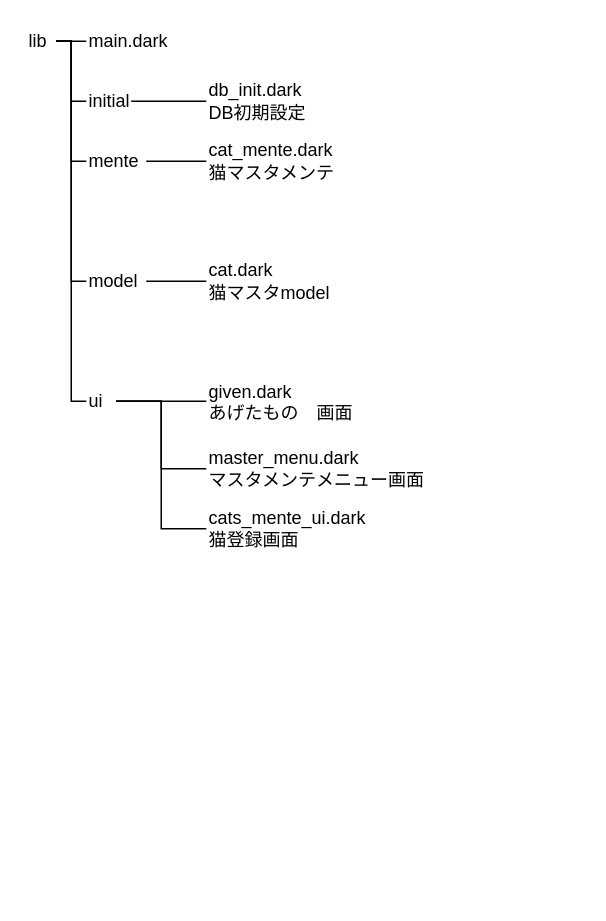
The draw.io diagram page "フォルダ構成" (9 of 10) of allabout.drawio in apricotcomic/nekocan, before the edit. Source tidied: cells renumbered, new cells numbered last; positions are measured from the earlier drawing's top-left corner, leaving out a move shared by most shapes. Both pictures are drawn from the tidied source at 150%, with x=0, y=0 at pixel (26, 26).
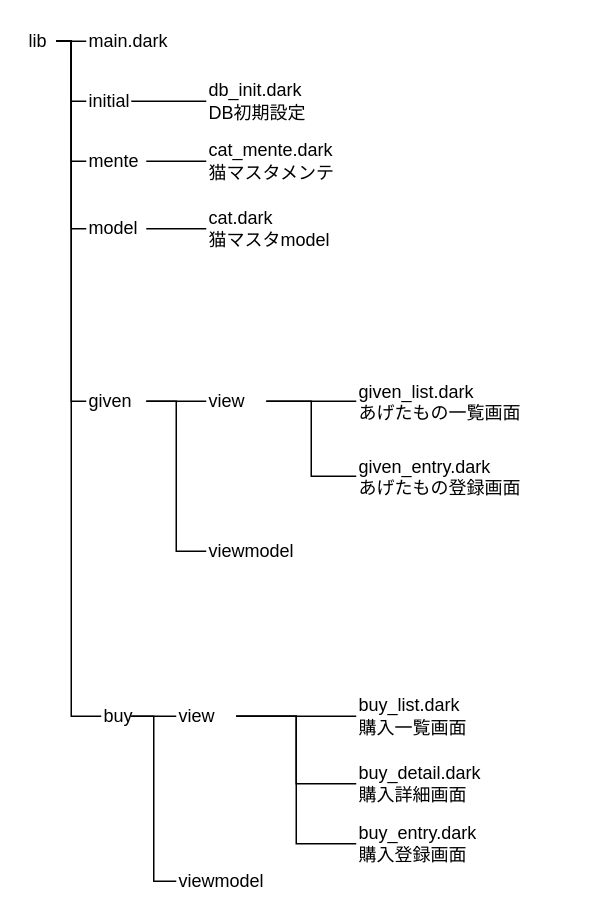
Above is the later version.

The change refers to these unchanged cells:
```xml
<mxCell id="7" value="lib" style="text;html=1;strokeColor=none;fillColor=none;align=left;verticalAlign=middle;whiteSpace=wrap;rounded=0;" parent="1" vertex="1">
  <mxGeometry width="20" height="20" as="geometry" />
</mxCell>
```

Change to the diagram source:
```diff
@@
     <mxCell id="4" style="edgeStyle=orthogonalEdgeStyle;rounded=0;html=1;exitX=1;exitY=0.5;exitDx=0;exitDy=0;entryX=0;entryY=0.5;entryDx=0;entryDy=0;endArrow=none;endFill=0;" parent="1" edge="1" source="7" target="17">
       <mxGeometry relative="1" as="geometry">
         <Array as="points">
           <mxPoint x="30" y="10" />
-          <mxPoint x="30" y="250" />
+          <mxPoint x="30" y="460" />
         </Array>
       </mxGeometry>
     </mxCell>
@@
+    <mxCell id="25" style="edgeStyle=orthogonalEdgeStyle;html=1;exitX=1;exitY=0.5;exitDx=0;exitDy=0;entryX=0;entryY=0.5;entryDx=0;entryDy=0;rounded=0;endArrow=none;endFill=0;" parent="1" edge="1" source="7" target="30">
+      <mxGeometry relative="1" as="geometry" />
+    </mxCell>
@@
-    <mxCell id="14" style="edgeStyle=orthogonalEdgeStyle;rounded=0;html=1;exitX=1;exitY=0.5;exitDx=0;exitDy=0;entryX=0;entryY=0.5;entryDx=0;entryDy=0;endArrow=none;endFill=0;" parent="1" edge="1" source="17" target="18">
-      <mxGeometry relative="1" as="geometry" />
-    </mxCell>
-    <mxCell id="15" style="edgeStyle=orthogonalEdgeStyle;rounded=0;html=1;exitX=1;exitY=0.5;exitDx=0;exitDy=0;entryX=0;entryY=0.5;entryDx=0;entryDy=0;endArrow=none;endFill=0;" parent="1" edge="1" source="17" target="19">
+    <mxCell id="15" style="edgeStyle=orthogonalEdgeStyle;rounded=0;html=1;exitX=1;exitY=0.5;exitDx=0;exitDy=0;entryX=0;entryY=0.5;entryDx=0;entryDy=0;endArrow=none;endFill=0;" parent="1" edge="1" source="37" target="19">
       <mxGeometry relative="1" as="geometry" />
     </mxCell>
-    <mxCell id="16" style="edgeStyle=orthogonalEdgeStyle;rounded=0;html=1;exitX=1;exitY=0.5;exitDx=0;exitDy=0;entryX=0;entryY=0.5;entryDx=0;entryDy=0;endArrow=none;endFill=0;" parent="1" edge="1" source="17" target="24">
+    <mxCell id="16" style="edgeStyle=orthogonalEdgeStyle;rounded=0;html=1;exitX=1;exitY=0.5;exitDx=0;exitDy=0;entryX=0;entryY=0.5;entryDx=0;entryDy=0;endArrow=none;endFill=0;" parent="1" edge="1" source="37" target="24">
       <mxGeometry relative="1" as="geometry" />
     </mxCell>
+    <mxCell id="26" style="edgeStyle=orthogonalEdgeStyle;rounded=0;html=1;exitX=1;exitY=0.5;exitDx=0;exitDy=0;entryX=0;entryY=0.5;entryDx=0;entryDy=0;endArrow=none;endFill=0;" parent="1" edge="1" source="17" target="37">
+      <mxGeometry relative="1" as="geometry" />
+    </mxCell>
+    <mxCell id="27" style="edgeStyle=orthogonalEdgeStyle;rounded=0;html=1;exitX=1;exitY=0.5;exitDx=0;exitDy=0;entryX=0;entryY=0.5;entryDx=0;entryDy=0;endArrow=none;endFill=0;" parent="1" edge="1" source="17" target="39">
+      <mxGeometry relative="1" as="geometry" />
+    </mxCell>
-    <mxCell id="17" value="ui" style="text;html=1;strokeColor=none;fillColor=none;align=left;verticalAlign=middle;whiteSpace=wrap;rounded=0;" parent="1" vertex="1">
-      <mxGeometry x="40" y="240" width="20" height="20" as="geometry" />
+    <mxCell id="17" value="buy" style="text;html=1;strokeColor=none;fillColor=none;align=left;verticalAlign=middle;whiteSpace=wrap;rounded=0;" parent="1" vertex="1">
+      <mxGeometry x="50" y="450" width="20" height="20" as="geometry" />
     </mxCell>
-    <mxCell id="18" value="given.dark&lt;br&gt;あげたもの　画面" style="text;html=1;strokeColor=none;fillColor=none;align=left;verticalAlign=top;whiteSpace=wrap;rounded=0;" parent="1" vertex="1">
-      <mxGeometry x="120" y="230" width="110" height="40" as="geometry" />
+    <mxCell id="18" value="given_list.dark&lt;br&gt;あげたもの一覧画面" style="text;html=1;strokeColor=none;fillColor=none;align=left;verticalAlign=top;whiteSpace=wrap;rounded=0;" parent="1" vertex="1">
+      <mxGeometry x="220" y="230" width="120" height="40" as="geometry" />
     </mxCell>
-    <mxCell id="19" value="master_menu.dark&lt;br&gt;マスタメンテメニュー画面" style="text;html=1;strokeColor=none;fillColor=none;align=left;verticalAlign=middle;whiteSpace=wrap;rounded=0;" parent="1" vertex="1">
-      <mxGeometry x="120" y="280" width="150" height="30" as="geometry" />
+    <mxCell id="19" value="buy_list.dark&lt;br&gt;購入一覧画面" style="text;html=1;strokeColor=none;fillColor=none;align=left;verticalAlign=middle;whiteSpace=wrap;rounded=0;" parent="1" vertex="1">
+      <mxGeometry x="220" y="445" width="150" height="30" as="geometry" />
     </mxCell>
@@
     <mxCell id="22" value="model" style="text;html=1;strokeColor=none;fillColor=none;align=left;verticalAlign=middle;whiteSpace=wrap;rounded=0;" parent="1" vertex="1">
-      <mxGeometry x="40" y="160" width="40" height="20" as="geometry" />
+      <mxGeometry x="40" y="125" width="40" height="20" as="geometry" />
     </mxCell>
     <mxCell id="23" value="cat.dark&lt;br&gt;猫マスタmodel" style="text;html=1;strokeColor=none;fillColor=none;align=left;verticalAlign=middle;whiteSpace=wrap;rounded=0;" parent="1" vertex="1">
-      <mxGeometry x="120" y="155" width="100" height="30" as="geometry" />
+      <mxGeometry x="120" y="120" width="100" height="30" as="geometry" />
     </mxCell>
-    <mxCell id="24" value="cats_mente_ui.dark&lt;br&gt;猫登録画面" style="text;html=1;strokeColor=none;fillColor=none;align=left;verticalAlign=middle;whiteSpace=wrap;rounded=0;" parent="1" vertex="1">
-      <mxGeometry x="120" y="320" width="150" height="30" as="geometry" />
+    <mxCell id="24" value="buy_entry.dark&lt;br&gt;購入登録画面" style="text;html=1;strokeColor=none;fillColor=none;align=left;verticalAlign=middle;whiteSpace=wrap;rounded=0;" parent="1" vertex="1">
+      <mxGeometry x="220" y="530" width="150" height="30" as="geometry" />
     </mxCell>
+    <mxCell id="28" style="edgeStyle=orthogonalEdgeStyle;rounded=0;html=1;entryX=0;entryY=0.5;entryDx=0;entryDy=0;endArrow=none;endFill=0;" parent="1" edge="1" source="30" target="33">
+      <mxGeometry relative="1" as="geometry" />
+    </mxCell>
+    <mxCell id="29" style="edgeStyle=orthogonalEdgeStyle;rounded=0;html=1;exitX=1;exitY=0.5;exitDx=0;exitDy=0;entryX=0;entryY=0.5;entryDx=0;entryDy=0;endArrow=none;endFill=0;" parent="1" edge="1" source="30" target="34">
+      <mxGeometry relative="1" as="geometry" />
+    </mxCell>
+    <mxCell id="30" value="given" style="text;html=1;strokeColor=none;fillColor=none;align=left;verticalAlign=middle;whiteSpace=wrap;rounded=0;" parent="1" vertex="1">
+      <mxGeometry x="40" y="240" width="40" height="20" as="geometry" />
+    </mxCell>
+    <mxCell id="31" style="edgeStyle=orthogonalEdgeStyle;rounded=0;html=1;entryX=0;entryY=0.5;entryDx=0;entryDy=0;endArrow=none;endFill=0;" parent="1" edge="1" source="33" target="18">
+      <mxGeometry relative="1" as="geometry" />
+    </mxCell>
+    <mxCell id="32" style="edgeStyle=orthogonalEdgeStyle;rounded=0;html=1;exitX=1;exitY=0.5;exitDx=0;exitDy=0;entryX=0;entryY=0.5;entryDx=0;entryDy=0;endArrow=none;endFill=0;" parent="1" edge="1" source="33" target="35">
+      <mxGeometry relative="1" as="geometry" />
+    </mxCell>
+    <mxCell id="33" value="view" style="text;html=1;strokeColor=none;fillColor=none;align=left;verticalAlign=middle;whiteSpace=wrap;rounded=0;" parent="1" vertex="1">
+      <mxGeometry x="120" y="240" width="40" height="20" as="geometry" />
+    </mxCell>
+    <mxCell id="34" value="viewmodel" style="text;html=1;strokeColor=none;fillColor=none;align=left;verticalAlign=middle;whiteSpace=wrap;rounded=0;" parent="1" vertex="1">
+      <mxGeometry x="120" y="340" width="60" height="20" as="geometry" />
+    </mxCell>
+    <mxCell id="35" value="given_entry.dark&lt;br&gt;あげたもの登録画面" style="text;html=1;strokeColor=none;fillColor=none;align=left;verticalAlign=top;whiteSpace=wrap;rounded=0;" parent="1" vertex="1">
+      <mxGeometry x="220" y="280" width="120" height="40" as="geometry" />
+    </mxCell>
+    <mxCell id="36" style="edgeStyle=orthogonalEdgeStyle;rounded=0;html=1;exitX=1;exitY=0.5;exitDx=0;exitDy=0;entryX=0;entryY=0.5;entryDx=0;entryDy=0;endArrow=none;endFill=0;" parent="1" edge="1" source="37" target="38">
+      <mxGeometry relative="1" as="geometry" />
+    </mxCell>
+    <mxCell id="37" value="view" style="text;html=1;strokeColor=none;fillColor=none;align=left;verticalAlign=middle;whiteSpace=wrap;rounded=0;" parent="1" vertex="1">
+      <mxGeometry x="100" y="450" width="40" height="20" as="geometry" />
+    </mxCell>
+    <mxCell id="38" value="buy_detail.dark&lt;br&gt;購入詳細画面" style="text;html=1;strokeColor=none;fillColor=none;align=left;verticalAlign=middle;whiteSpace=wrap;rounded=0;" parent="1" vertex="1">
+      <mxGeometry x="220" y="490" width="150" height="30" as="geometry" />
+    </mxCell>
+    <mxCell id="39" value="viewmodel" style="text;html=1;strokeColor=none;fillColor=none;align=left;verticalAlign=middle;whiteSpace=wrap;rounded=0;" parent="1" vertex="1">
+      <mxGeometry x="100" y="560" width="60" height="20" as="geometry" />
+    </mxCell>
```
